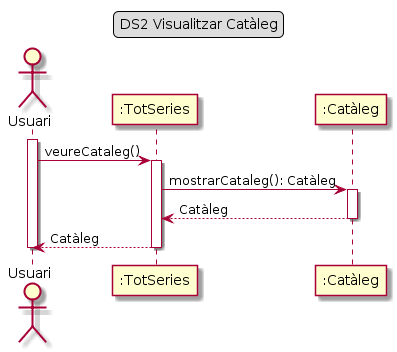
Earlier version of the PlantUML export Lab4/DS/DS2 Cataleg.png (Ralleg314/DS).
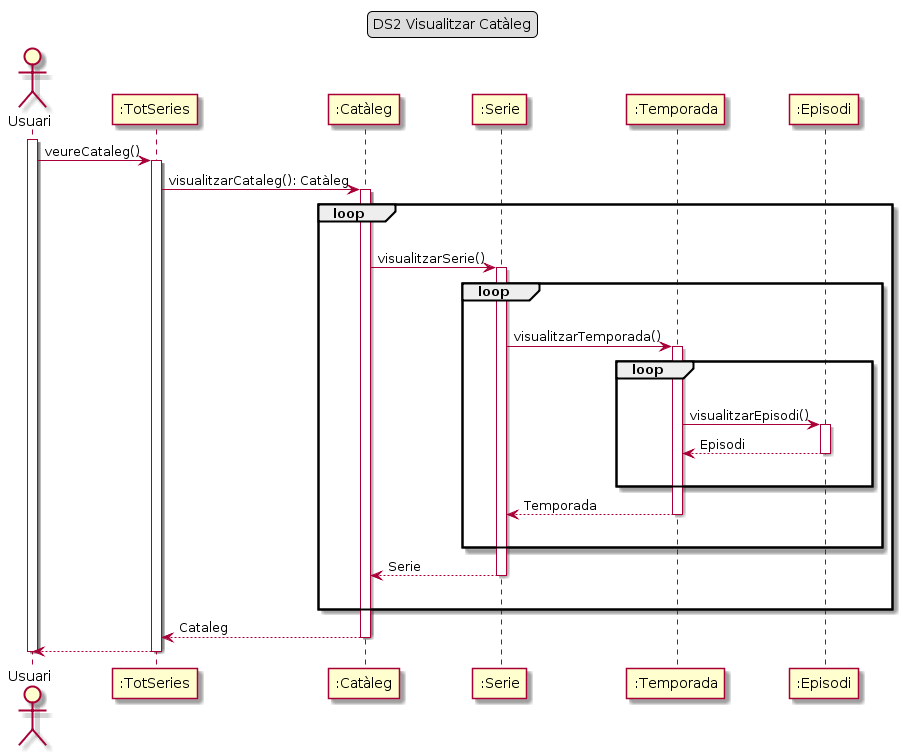
After the change.

The edit, as a diff of the source:
```diff
@@ -8,15 +8,42 @@
 
 participant ":TotSeries" as TS
 participant ":Catàleg" as cataleg
+participant ":Serie" as serie
+participant ":Temporada" as temporada
+participant ":Episodi" as episodi
 
 usuari ->TS: veureCataleg()
 activate TS
 
-TS -> cataleg: mostrarCataleg(): Catàleg
+TS -> cataleg: visualitzarCataleg(): Catàleg
 activate cataleg
-cataleg --> TS: Catàleg
+loop
+    |||
+    cataleg ->serie : visualitzarSerie()
+    activate serie
+    loop
+        |||
+        serie ->temporada : visualitzarTemporada()
+        activate temporada
+        loop
+            |||
+            temporada -> episodi : visualitzarEpisodi()
+            activate episodi
+            episodi --> temporada : Episodi
+            deactivate episodi
+            |||
+        end
+        temporada --> serie : Temporada
+        deactivate temporada
+        |||
+    end
+    serie --> cataleg : Serie
+    deactivate serie
+    |||
+end
+cataleg --> TS : Cataleg
 deactivate cataleg
-TS --> usuari: Catàleg
+TS --> usuari
 deactivate TS
 deactivate usuari
 @enduml
```
